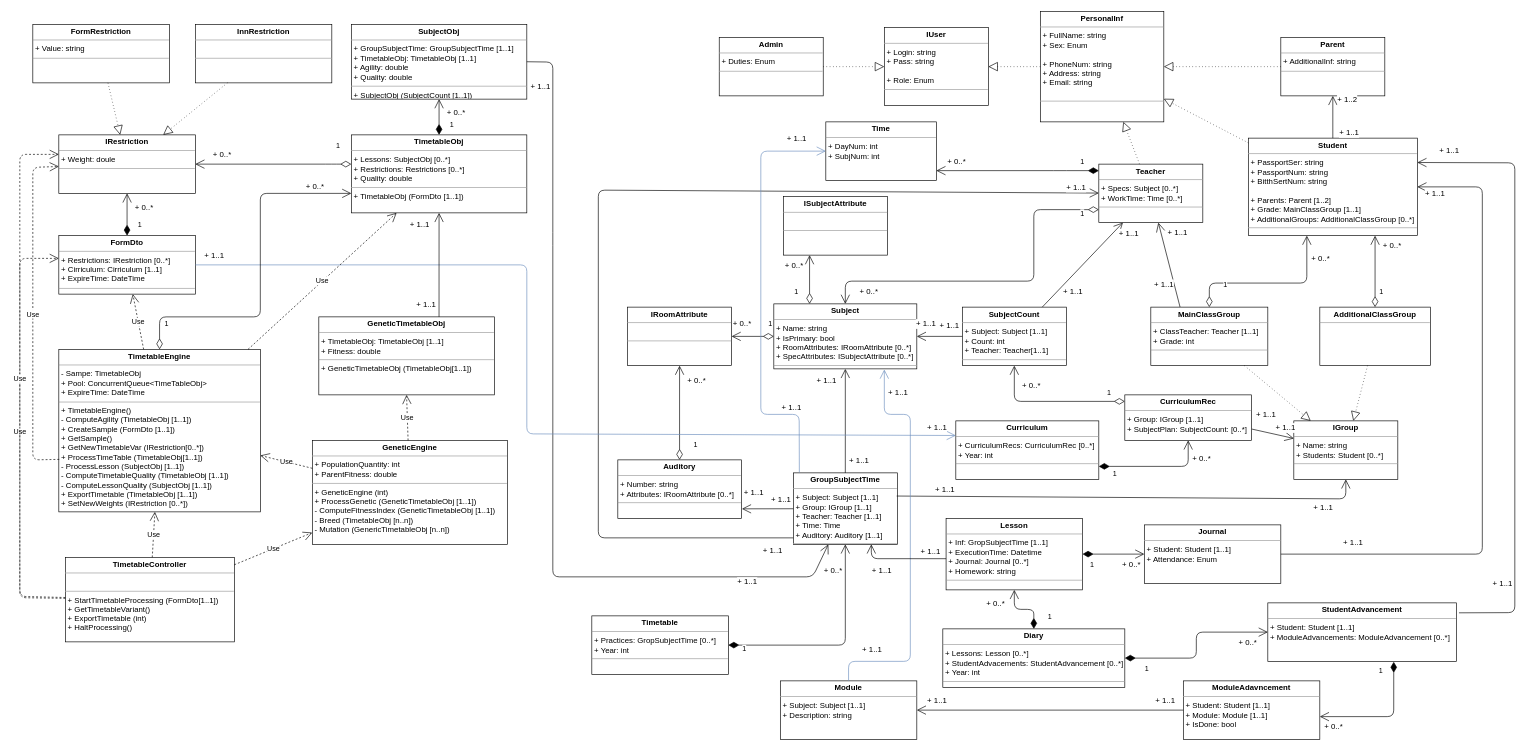
Before: EF-4.drawio in Timur-Faskhutdinov/E-education_TF, a draw.io diagram. Source tidied: cells renumbered, new cells numbered last; positions are measured from the earlier drawing's top-left corner, leaving out a move shared by most shapes. Both pictures are drawn from the tidied source at 65%, with x=0, y=0 at pixel (20, 11).
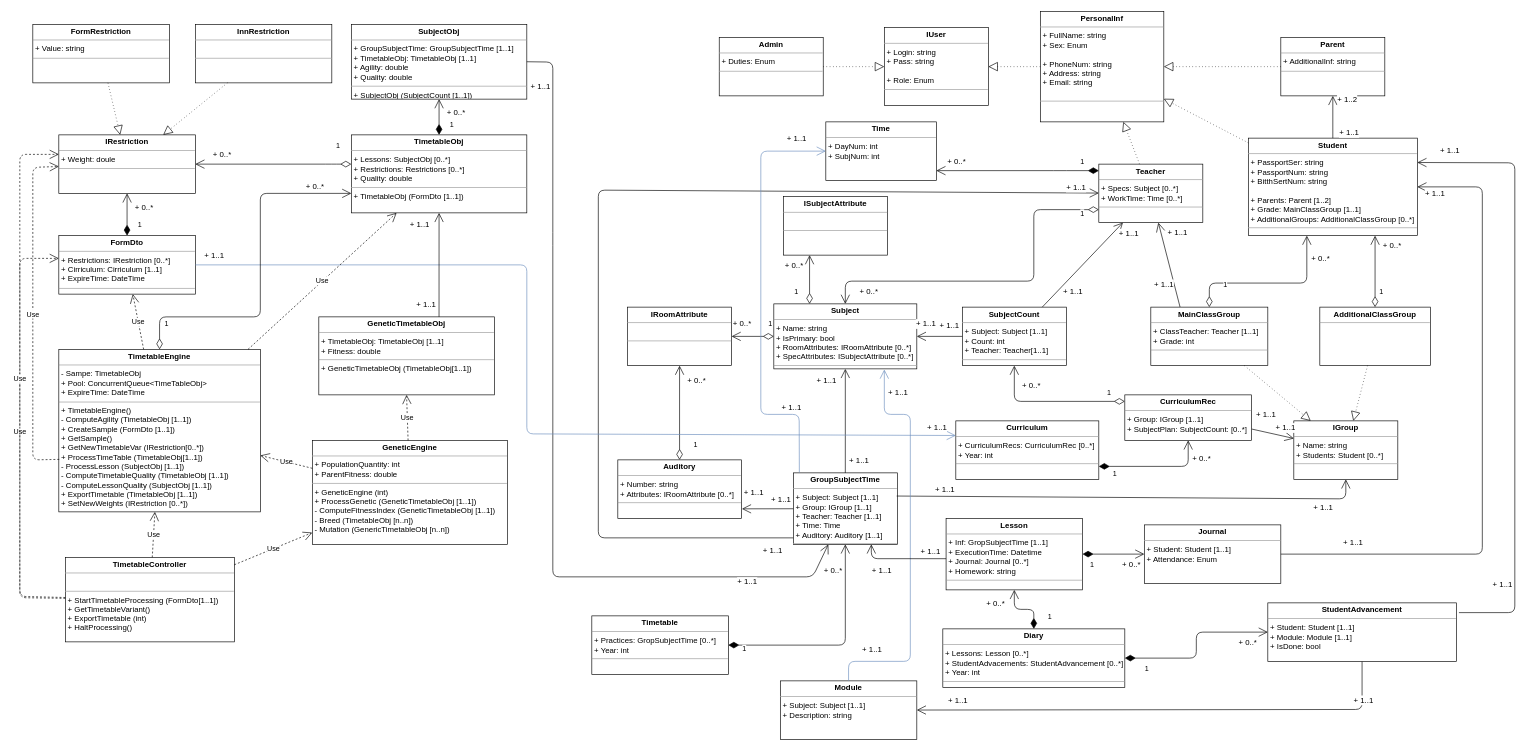
Above is the later version.

Unchanged cells that the change refers to:
```xml
<mxCell id="2" value="&lt;p style=&quot;margin: 0px ; margin-top: 4px ; text-align: center&quot;&gt;&lt;b&gt;Student&lt;/b&gt;&lt;/p&gt;&lt;hr size=&quot;1&quot;&gt;&lt;p style=&quot;margin: 0px ; margin-left: 4px&quot;&gt;&lt;span&gt;+ PassportSer: string&lt;/span&gt;&lt;br&gt;&lt;/p&gt;&lt;p style=&quot;margin: 0px ; margin-left: 4px&quot;&gt;+ PassportNum: string&lt;/p&gt;&lt;p style=&quot;margin: 0px ; margin-left: 4px&quot;&gt;+ BitthSertNum: string&lt;/p&gt;&lt;p style=&quot;margin: 0px ; margin-left: 4px&quot;&gt;&lt;br&gt;&lt;/p&gt;&lt;p style=&quot;margin: 0px ; margin-left: 4px&quot;&gt;+ Parents: Parent [1..2]&lt;/p&gt;&lt;p style=&quot;margin: 0px ; margin-left: 4px&quot;&gt;+ Grade: MainClassGroup [1..1]&lt;/p&gt;&lt;p style=&quot;margin: 0px ; margin-left: 4px&quot;&gt;+ AdditionalGroups: AdditionalClassGroup [0..*]&lt;/p&gt;&lt;hr size=&quot;1&quot;&gt;&lt;p style=&quot;margin: 0px ; margin-left: 4px&quot;&gt;&lt;br&gt;&lt;/p&gt;" style="verticalAlign=top;align=left;overflow=fill;fontSize=12;fontFamily=Helvetica;html=1;" parent="1" vertex="1">
  <mxGeometry x="1890" y="195" width="260" height="150" as="geometry" />
</mxCell>
<mxCell id="79" value="&lt;p style=&quot;margin: 0px ; margin-top: 4px ; text-align: center&quot;&gt;&lt;b&gt;Diary&lt;/b&gt;&lt;/p&gt;&lt;hr size=&quot;1&quot;&gt;&lt;p style=&quot;margin: 0px ; margin-left: 4px&quot;&gt;+ Lessons: Lesson [0..*]&lt;br&gt;&lt;/p&gt;&lt;p style=&quot;margin: 0px ; margin-left: 4px&quot;&gt;+ StudentAdvacements: StudentAdvancement [0..*]&lt;/p&gt;&lt;p style=&quot;margin: 0px ; margin-left: 4px&quot;&gt;+ Year: int&lt;/p&gt;&lt;hr size=&quot;1&quot;&gt;&lt;p style=&quot;margin: 0px ; margin-left: 4px&quot;&gt;&lt;br&gt;&lt;/p&gt;" style="verticalAlign=top;align=left;overflow=fill;fontSize=12;fontFamily=Helvetica;html=1;" parent="1" vertex="1">
  <mxGeometry x="1420" y="950" width="280" height="90" as="geometry" />
</mxCell>
<mxCell id="86" value="&lt;p style=&quot;margin: 0px ; margin-top: 4px ; text-align: center&quot;&gt;&lt;b&gt;Module&lt;/b&gt;&lt;/p&gt;&lt;hr size=&quot;1&quot;&gt;&lt;p style=&quot;margin: 0px ; margin-left: 4px&quot;&gt;+ Subject: Subject [1..1]&lt;br&gt;&lt;/p&gt;&lt;p style=&quot;margin: 0px ; margin-left: 4px&quot;&gt;+ Description: string&lt;/p&gt;" style="verticalAlign=top;align=left;overflow=fill;fontSize=12;fontFamily=Helvetica;html=1;" parent="1" vertex="1">
  <mxGeometry x="1170" y="1030" width="210" height="90" as="geometry" />
</mxCell>
```

The edit, as a diff of the source:
```diff
@@
-    <mxCell id="85" value="&lt;p style=&quot;margin: 0px ; margin-top: 4px ; text-align: center&quot;&gt;&lt;b&gt;StudentAdvancement&lt;/b&gt;&lt;/p&gt;&lt;hr size=&quot;1&quot;&gt;&lt;p style=&quot;margin: 0px ; margin-left: 4px&quot;&gt;+ Student: Student [1..1]&lt;/p&gt;&lt;p style=&quot;margin: 0px ; margin-left: 4px&quot;&gt;+ ModuleAdvancements: ModuleAdvancement [0..*]&lt;/p&gt;" style="verticalAlign=top;align=left;overflow=fill;fontSize=12;fontFamily=Helvetica;html=1;" parent="1" vertex="1">
-      <mxGeometry x="1920" y="910" width="290" height="90" as="geometry" />
-    </mxCell>
@@
-    <mxCell id="87" style="endArrow=open;endFill=1;endSize=12;html=1;exitX=1.014;exitY=0.17;exitDx=0;exitDy=0;exitPerimeter=0;entryX=1;entryY=0.25;entryDx=0;entryDy=0;" parent="1" edge="1" source="85" target="2">
+    <mxCell id="87" style="endArrow=open;endFill=1;endSize=12;html=1;exitX=1.014;exitY=0.17;exitDx=0;exitDy=0;exitPerimeter=0;entryX=1;entryY=0.25;entryDx=0;entryDy=0;" parent="1" edge="1" target="2">
       <mxGeometry relative="1" as="geometry">
+        <mxPoint x="2214" y="925" as="sourcePoint" />
         <Array as="points">
           <mxPoint x="2300" y="925" />
           <mxPoint x="2300" y="233" />
         </Array>
       </mxGeometry>
     </mxCell>
@@
-    <mxCell id="90" value="&lt;p style=&quot;margin: 0px ; margin-top: 4px ; text-align: center&quot;&gt;&lt;b&gt;ModuleAdavncement&lt;/b&gt;&lt;/p&gt;&lt;hr size=&quot;1&quot;&gt;&lt;p style=&quot;margin: 0px ; margin-left: 4px&quot;&gt;&lt;span&gt;+ Student: Student [1..1]&lt;/span&gt;&lt;/p&gt;&lt;p style=&quot;margin: 0px ; margin-left: 4px&quot;&gt;+ Module: Module [1..1]&lt;/p&gt;&lt;p style=&quot;margin: 0px ; margin-left: 4px&quot;&gt;+ IsDone: bool&lt;/p&gt;" style="verticalAlign=top;align=left;overflow=fill;fontSize=12;fontFamily=Helvetica;html=1;" parent="1" vertex="1">
-      <mxGeometry x="1790" y="1030" width="210" height="90" as="geometry" />
-    </mxCell>
@@
-    <mxCell id="94" style="endArrow=open;endFill=1;endSize=12;html=1;" parent="1" edge="1" source="90" target="86">
-      <mxGeometry relative="1" as="geometry" />
+    <mxCell id="94" style="endArrow=open;endFill=1;endSize=12;html=1;" parent="1" edge="1" source="146" target="86">
+      <mxGeometry relative="1" as="geometry">
+        <Array as="points">
+          <mxPoint x="2065" y="1074" />
+        </Array>
+      </mxGeometry>
     </mxCell>
@@
-    <mxCell id="97" value="1" style="endArrow=open;html=1;endSize=12;startArrow=diamondThin;startSize=14;startFill=1;edgeStyle=orthogonalEdgeStyle;align=left;verticalAlign=bottom;exitX=0.668;exitY=1.007;exitDx=0;exitDy=0;exitPerimeter=0;" parent="1" edge="1" source="85" target="90">
-      <mxGeometry x="-0.78" y="-25" relative="1" as="geometry">
-        <Array as="points">
-          <mxPoint x="2114" y="1085" />
-        </Array>
-      </mxGeometry>
-    </mxCell>
-    <mxCell id="98" value="+ 0..*" style="text;html=1;align=center;verticalAlign=middle;labelBackgroundColor=#ffffff;" parent="97" vertex="1">
-      <mxGeometry x="0.86" y="-1" relative="1" as="geometry">
-        <mxPoint x="6" y="16" as="offset" />
-      </mxGeometry>
-    </mxCell>
-    <mxCell id="99" value="1" style="endArrow=open;html=1;endSize=12;startArrow=diamondThin;startSize=14;startFill=1;edgeStyle=orthogonalEdgeStyle;align=left;verticalAlign=bottom;" parent="1" edge="1" source="79" target="85">
+    <mxCell id="99" value="1" style="endArrow=open;html=1;endSize=12;startArrow=diamondThin;startSize=14;startFill=1;edgeStyle=orthogonalEdgeStyle;align=left;verticalAlign=bottom;" parent="1" edge="1" source="79" target="146">
       <mxGeometry x="-0.78" y="-25" relative="1" as="geometry" />
     </mxCell>
@@
+    <mxCell id="146" value="&lt;p style=&quot;margin: 0px ; margin-top: 4px ; text-align: center&quot;&gt;&lt;b&gt;StudentAdvancement&lt;/b&gt;&lt;/p&gt;&lt;hr size=&quot;1&quot;&gt;&lt;p style=&quot;margin: 0px ; margin-left: 4px&quot;&gt;+ Student: Student [1..1]&lt;/p&gt;&lt;p style=&quot;margin: 0px ; margin-left: 4px&quot;&gt;+ Module: Module [1..1]&lt;/p&gt;&lt;p style=&quot;margin: 0px ; margin-left: 4px&quot;&gt;+ IsDone: bool&lt;/p&gt;" style="verticalAlign=top;align=left;overflow=fill;fontSize=12;fontFamily=Helvetica;html=1;" parent="1" vertex="1">
+      <mxGeometry x="1920" y="910" width="290" height="90" as="geometry" />
+    </mxCell>
```
